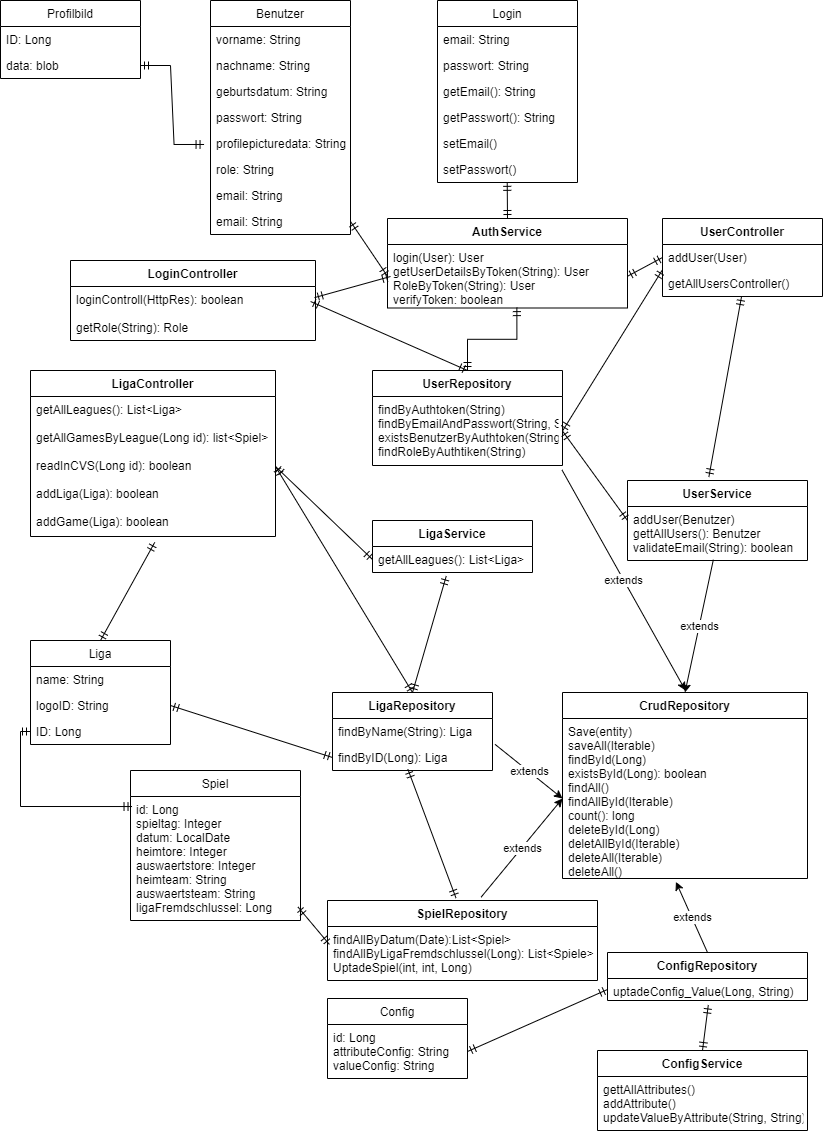
This is V3/Klassendiagramm Backeend.drawio.png from alexgrebe/Kicktipp_project, a draw.io export, as it was before one commit. Source tidied: cells renumbered, new cells last; positions are measured from the earlier drawing's top-left corner, leaving out a move shared by most shapes.
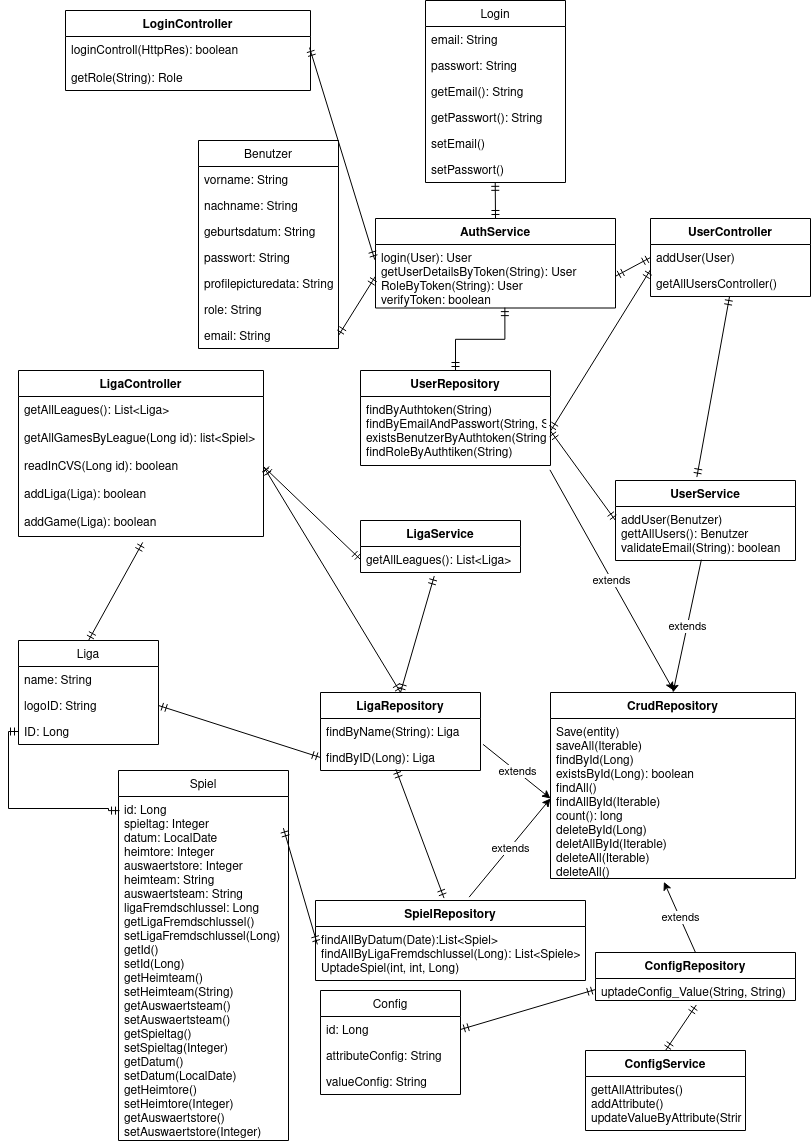
After the commit.

Diff of the diagram source:
```diff
@@ -3,7 +3,7 @@
     <mxCell id="0" />
     <mxCell id="1" parent="0" />
     <mxCell id="2" value="Benutzer" style="swimlane;fontStyle=0;horizontal=1;startSize=26;fillColor=none;" parent="1" vertex="1">
-      <mxGeometry x="210" width="140" height="234" as="geometry" />
+      <mxGeometry x="210" y="140" width="140" height="208" as="geometry" />
     </mxCell>
     <mxCell id="3" value="vorname: String" style="text;strokeColor=none;fillColor=none;align=left;verticalAlign=top;spacingLeft=4;spacingRight=4;overflow=hidden;" parent="2" vertex="1">
       <mxGeometry y="26" width="140" height="26" as="geometry" />
@@ -23,21 +23,9 @@
     <mxCell id="8" value="role: String" style="text;strokeColor=none;fillColor=none;align=left;verticalAlign=top;spacingLeft=4;spacingRight=4;overflow=hidden;" parent="2" vertex="1">
       <mxGeometry y="156" width="140" height="26" as="geometry" />
     </mxCell>
-    <mxCell id="9" value="email: String" style="text;strokeColor=none;fillColor=none;align=left;verticalAlign=top;spacingLeft=4;spacingRight=4;overflow=hidden;" parent="2" vertex="1">
-      <mxGeometry y="182" width="140" height="26" as="geometry" />
-    </mxCell>
     <mxCell id="10" value="email: String" style="text;strokeColor=none;fillColor=none;align=left;verticalAlign=top;spacingLeft=4;spacingRight=4;overflow=hidden;points=[[0,0.5],[1,0.5]];portConstraint=eastwest;" parent="2" vertex="1">
-      <mxGeometry y="208" width="140" height="26" as="geometry" />
+      <mxGeometry y="182" width="140" height="26" as="geometry" />
     </mxCell>
-    <mxCell id="11" value="Profilbild" style="swimlane;fontStyle=0;horizontal=1;startSize=26;fillColor=none;" parent="1" vertex="1">
-      <mxGeometry width="140" height="78" as="geometry" />
-    </mxCell>
-    <mxCell id="12" value="ID: Long" style="text;strokeColor=none;fillColor=none;align=left;verticalAlign=top;spacingLeft=4;spacingRight=4;overflow=hidden;" parent="11" vertex="1">
-      <mxGeometry y="26" width="140" height="26" as="geometry" />
-    </mxCell>
-    <mxCell id="13" value="data: blob" style="text;strokeColor=none;fillColor=none;align=left;verticalAlign=top;spacingLeft=4;spacingRight=4;overflow=hidden;points=[[0,0.5],[1,0.5]];portConstraint=eastwest;" parent="11" vertex="1">
-      <mxGeometry y="52" width="140" height="26" as="geometry" />
-    </mxCell>
     <mxCell id="14" value="UserRepository" style="swimlane;fontStyle=1;align=center;verticalAlign=top;horizontal=1;startSize=26;" parent="1" vertex="1">
       <mxGeometry x="372" y="370" width="190" height="95" as="geometry" />
     </mxCell>
@@ -57,11 +45,11 @@
       <mxGeometry y="78" width="140" height="26" as="geometry" />
     </mxCell>
     <mxCell id="20" value="Spiel" style="swimlane;fontStyle=0;horizontal=1;startSize=26;fillColor=none;" parent="1" vertex="1">
-      <mxGeometry x="130" y="770" width="170" height="150" as="geometry" />
+      <mxGeometry x="130" y="770" width="170" height="370" as="geometry" />
     </mxCell>
-    <mxCell id="21" value="id: Long&#10;spieltag: Integer&#10;datum: LocalDate&#10;heimtore: Integer&#10;auswaertstore: Integer&#10;heimteam: String&#10;auswaertsteam: String&#10;ligaFremdschlussel: Long&#10;&#10;" style="text;strokeColor=none;fillColor=none;align=left;verticalAlign=top;spacingLeft=4;spacingRight=4;overflow=hidden;points=[[0,0.5],[1,0.5]];portConstraint=eastwest;" parent="20" vertex="1">
-      <mxGeometry y="26" width="170" height="124" as="geometry" />
-    </mxCell>
+    <mxCell id="85" value="id: Long&#10;spieltag: Integer&#10;datum: LocalDate&#10;heimtore: Integer&#10;auswaertstore: Integer&#10;heimteam: String&#10;auswaertsteam: String&#10;ligaFremdschlussel: Long&#10;getLigaFremdschlussel()&#10;setLigaFremdschlussel(Long)&#10;getId()&#10;setId(Long)&#10;getHeimteam()&#10;setHeimteam(String)&#10;getAuswaertsteam()&#10;setAuswaertsteam()&#10;getSpieltag()&#10;setSpieltag(Integer)&#10;getDatum()&#10;setDatum(LocalDate)&#10;getHeimtore()&#10;setHeimtore(Integer)&#10;getAuswaertstore()&#10;setAuswaertstore(Integer)&#10;&#10;" style="text;strokeColor=none;fillColor=none;align=left;verticalAlign=top;spacingLeft=4;spacingRight=4;overflow=hidden;points=[[0,0.5],[1,0.5]];portConstraint=eastwest;" parent="20" vertex="1">
+      <mxGeometry y="26" width="170" height="344" as="geometry" />
+    </mxCell>
     <mxCell id="22" value="LigaRepository" style="swimlane;fontStyle=1;align=center;verticalAlign=top;horizontal=1;startSize=26;" parent="1" vertex="1">
       <mxGeometry x="332" y="692" width="160" height="78" as="geometry" />
     </mxCell>
@@ -99,21 +87,27 @@
       <mxGeometry y="26" width="160" height="26" as="geometry" />
     </mxCell>
     <mxCell id="34" value="Config" style="swimlane;fontStyle=0;horizontal=1;startSize=26;fillColor=none;strokeColor=default;" parent="1" vertex="1">
-      <mxGeometry x="327" y="998" width="140" height="80" as="geometry" />
+      <mxGeometry x="332" y="990" width="140" height="104" as="geometry" />
     </mxCell>
-    <mxCell id="35" value="id: Long&#10;attributeConfig: String&#10;valueConfig: String" style="text;strokeColor=none;fillColor=none;align=left;verticalAlign=top;spacingLeft=4;spacingRight=4;overflow=hidden;points=[[0,0.5],[1,0.5]];portConstraint=eastwest;" parent="34" vertex="1">
-      <mxGeometry y="26" width="140" height="54" as="geometry" />
+    <mxCell id="35" value="id: Long" style="text;strokeColor=none;fillColor=none;align=left;verticalAlign=top;spacingLeft=4;spacingRight=4;overflow=hidden;points=[[0,0.5],[1,0.5]];portConstraint=eastwest;" parent="34" vertex="1">
+      <mxGeometry y="26" width="140" height="26" as="geometry" />
     </mxCell>
+    <mxCell id="86" value="attributeConfig: String" style="text;strokeColor=none;fillColor=none;align=left;verticalAlign=top;spacingLeft=4;spacingRight=4;overflow=hidden;" parent="34" vertex="1">
+      <mxGeometry y="52" width="140" height="26" as="geometry" />
+    </mxCell>
+    <mxCell id="87" value="valueConfig: String" style="text;strokeColor=none;fillColor=none;align=left;verticalAlign=top;spacingLeft=4;spacingRight=4;overflow=hidden;" parent="34" vertex="1">
+      <mxGeometry y="78" width="140" height="26" as="geometry" />
+    </mxCell>
     <mxCell id="36" value="ConfigService" style="swimlane;fontStyle=1;align=center;verticalAlign=top;horizontal=1;startSize=26;strokeColor=default;" parent="1" vertex="1">
-      <mxGeometry x="597" y="1050" width="210" height="80" as="geometry" />
+      <mxGeometry x="597" y="1050" width="160" height="80" as="geometry" />
     </mxCell>
     <mxCell id="37" value="gettAllAttributes()&#10;addAttribute()&#10;updateValueByAttribute(String, String)" style="text;strokeColor=none;fillColor=none;align=left;verticalAlign=top;spacingLeft=4;spacingRight=4;overflow=hidden;" parent="36" vertex="1">
-      <mxGeometry y="26" width="210" height="54" as="geometry" />
+      <mxGeometry y="26" width="160" height="54" as="geometry" />
     </mxCell>
     <mxCell id="38" value="ConfigRepository" style="swimlane;fontStyle=1;align=center;verticalAlign=top;horizontal=1;startSize=26;strokeColor=default;" parent="1" vertex="1">
       <mxGeometry x="607" y="952" width="200" height="48" as="geometry" />
     </mxCell>
-    <mxCell id="39" value="uptadeConfig_Value(Long, String)" style="text;strokeColor=none;fillColor=none;align=left;verticalAlign=top;spacingLeft=4;spacingRight=4;overflow=hidden;points=[[0,0.5],[1,0.5]];portConstraint=eastwest;" parent="38" vertex="1">
+    <mxCell id="39" value="uptadeConfig_Value(String, String)" style="text;strokeColor=none;fillColor=none;align=left;verticalAlign=top;spacingLeft=4;spacingRight=4;overflow=hidden;points=[[0,0.5],[1,0.5]];portConstraint=eastwest;" parent="38" vertex="1">
       <mxGeometry y="26" width="200" height="22" as="geometry" />
     </mxCell>
     <mxCell id="40" value="LigaController" style="swimlane;fontStyle=1;horizontal=1;startSize=26;fillColor=none;" parent="1" vertex="1">
@@ -188,14 +182,11 @@
       <mxGeometry relative="1" as="geometry" />
     </mxCell>
     <mxCell id="63" value="LoginController" style="swimlane;fontStyle=1;horizontal=1;startSize=26;fillColor=none;" parent="1" vertex="1">
-      <mxGeometry x="70" y="260" width="245" height="80" as="geometry" />
+      <mxGeometry x="77" y="10" width="245" height="80" as="geometry" />
     </mxCell>
     <mxCell id="64" value="loginControll(HttpRes): boolean&#10;&#10;getRole(String): Role&#10;" style="text;strokeColor=none;fillColor=none;align=left;verticalAlign=top;spacingLeft=4;spacingRight=4;overflow=hidden;points=[[0,0.5],[1,0.5]];portConstraint=eastwest;" parent="63" vertex="1">
       <mxGeometry y="26" width="245" height="54" as="geometry" />
     </mxCell>
-    <mxCell id="65" style="edgeStyle=entityRelationEdgeStyle;fontSize=12;html=1;endArrow=ERmandOne;startArrow=ERmandOne;rounded=0;exitX=1;exitY=0.5;exitDx=0;exitDy=0;entryX=-0.046;entryY=0.538;entryDx=0;entryDy=0;entryPerimeter=0;" parent="1" edge="1" source="13" target="7">
-      <mxGeometry relative="1" as="geometry" />
-    </mxCell>
     <mxCell id="66" style="edgeStyle=orthogonalEdgeStyle;fontSize=12;html=1;endArrow=ERmandOne;startArrow=ERmandOne;rounded=0;entryX=0.539;entryY=0.994;entryDx=0;entryDy=0;entryPerimeter=0;exitX=0.5;exitY=0;exitDx=0;exitDy=0;" parent="1" edge="1" source="14" target="31">
       <mxGeometry relative="1" as="geometry" />
     </mxCell>
@@ -220,7 +211,17 @@
     <mxCell id="73" style="fontSize=12;html=1;endArrow=ERmandOne;startArrow=ERmandOne;rounded=0;entryX=0.504;entryY=1.203;entryDx=0;entryDy=0;exitX=0.5;exitY=0;exitDx=0;exitDy=0;entryPerimeter=0;" parent="1" edge="1" source="36" target="39">
       <mxGeometry relative="1" as="geometry" />
     </mxCell>
+    <mxCell id="88" style="edgeStyle=orthogonalEdgeStyle;fontSize=12;html=1;endArrow=ERmandOne;startArrow=ERmandOne;rounded=0;entryX=0;entryY=0.5;entryDx=0;entryDy=0;exitX=0.006;exitY=0.041;exitDx=0;exitDy=0;exitPerimeter=0;" parent="1" edge="1" source="85" target="19">
+      <mxGeometry relative="1" as="geometry">
+        <Array as="points">
+          <mxPoint x="120" y="810" />
+          <mxPoint x="120" y="808" />
+          <mxPoint x="20" y="808" />
+          <mxPoint x="20" y="731" />
+        </Array>
+      </mxGeometry>
+    </mxCell>
-    <mxCell id="74" style="fontSize=12;html=1;endArrow=ERmandOne;startArrow=ERmandOne;rounded=0;entryX=0.007;entryY=0.332;entryDx=0;entryDy=0;exitX=0.985;exitY=0.891;exitDx=0;exitDy=0;exitPerimeter=0;entryPerimeter=0;" parent="1" edge="1" source="21" target="26">
+    <mxCell id="74" style="fontSize=12;html=1;endArrow=ERmandOne;startArrow=ERmandOne;rounded=0;entryX=0.007;entryY=0.332;entryDx=0;entryDy=0;exitX=0.97;exitY=0.092;exitDx=0;exitDy=0;exitPerimeter=0;entryPerimeter=0;" parent="1" edge="1" source="85" target="26">
       <mxGeometry relative="1" as="geometry" />
     </mxCell>
     <mxCell id="75" style="fontSize=12;html=1;endArrow=ERmandOne;startArrow=ERmandOne;rounded=0;entryX=0.471;entryY=0.949;entryDx=0;entryDy=0;exitX=0.476;exitY=-0.03;exitDx=0;exitDy=0;entryPerimeter=0;exitPerimeter=0;" parent="1" edge="1" source="25" target="24">
@@ -241,19 +242,11 @@
     <mxCell id="80" style="fontSize=12;html=1;endArrow=ERmandOne;startArrow=ERmandOne;rounded=0;entryX=0.461;entryY=1.136;entryDx=0;entryDy=0;exitX=0.5;exitY=0;exitDx=0;exitDy=0;entryPerimeter=0;" parent="1" edge="1" source="22" target="33">
       <mxGeometry relative="1" as="geometry" />
     </mxCell>
-    <mxCell id="81" style="fontSize=12;html=1;endArrow=ERmandOne;startArrow=ERmandOne;rounded=0;entryX=0.996;entryY=0.206;entryDx=0;entryDy=0;entryPerimeter=0;" parent="1" edge="1" target="64">
-      <mxGeometry relative="1" as="geometry">
-        <mxPoint x="390" y="276" as="sourcePoint" />
-      </mxGeometry>
+    <mxCell id="81" style="fontSize=12;html=1;endArrow=ERmandOne;startArrow=ERmandOne;rounded=0;entryX=0.996;entryY=0.206;entryDx=0;entryDy=0;entryPerimeter=0;exitX=-0.003;exitY=0.24;exitDx=0;exitDy=0;exitPerimeter=0;" parent="1" edge="1" source="31" target="64">
+      <mxGeometry relative="1" as="geometry" />
     </mxCell>
     <mxCell id="82" style="fontSize=12;html=1;endArrow=ERmandOne;startArrow=ERmandOne;rounded=0;entryX=1;entryY=0.5;entryDx=0;entryDy=0;exitX=0;exitY=0.5;exitDx=0;exitDy=0;" parent="1" edge="1" source="31" target="10">
       <mxGeometry relative="1" as="geometry" />
     </mxCell>
-    <mxCell id="83" style="fontSize=12;html=1;endArrow=ERmandOne;startArrow=ERmandOne;rounded=0;entryX=0.009;entryY=0.081;entryDx=0;entryDy=0;exitX=0;exitY=0.5;exitDx=0;exitDy=0;entryPerimeter=0;edgeStyle=orthogonalEdgeStyle;" parent="1" edge="1" source="19" target="21">
-      <mxGeometry relative="1" as="geometry" />
-    </mxCell>
-    <mxCell id="84" style="fontSize=12;html=1;endArrow=ERmandOne;startArrow=ERmandOne;rounded=0;entryX=0.98;entryY=0.278;entryDx=0;entryDy=0;entryPerimeter=0;exitX=0.5;exitY=0;exitDx=0;exitDy=0;" parent="1" edge="1" source="14" target="64">
-      <mxGeometry relative="1" as="geometry" />
-    </mxCell>
   </root>
 </mxGraphModel>
```
